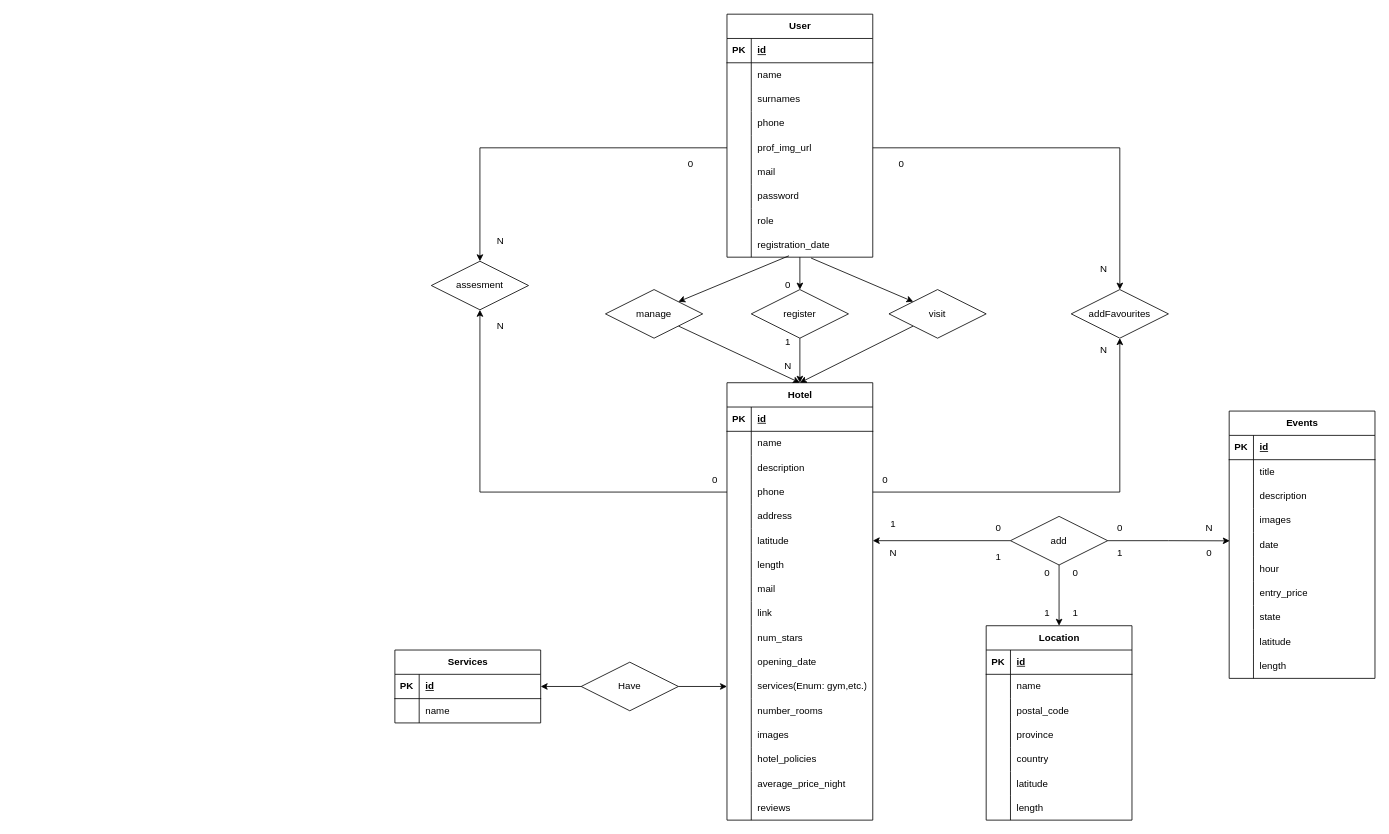
SerotDev/sru-abi-rlm-project-backend keeps this draw.io diagram as c6_hohoHotel.drawio. Above is the earlier version. Source tidied: cells renumbered, new cells numbered last; positions are measured from the earlier drawing's top-left corner, leaving out a move shared by most shapes. Both pictures are drawn from the tidied source at 81%, with x=0, y=0 at pixel (14, 14).
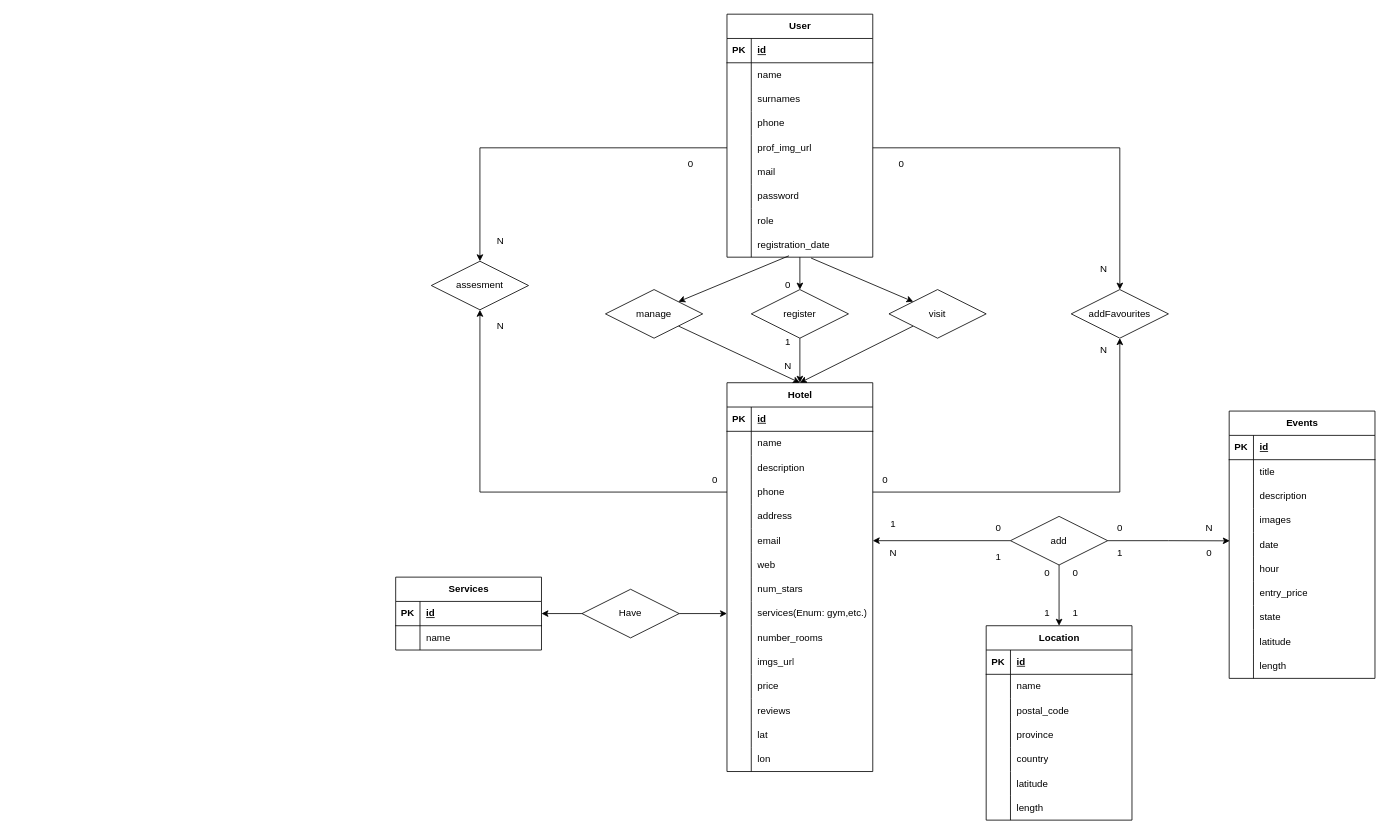
Above is the later version.

Unchanged cells that the change refers to:
```xml
<mxCell id="130" value="add" style="shape=rhombus;perimeter=rhombusPerimeter;whiteSpace=wrap;html=1;align=center;" parent="1" vertex="1">
  <mxGeometry x="1230" y="620" width="120" height="60" as="geometry" />
</mxCell>
```

What changed in the source:
```diff
@@
     <mxCell id="75" value="Hotel" style="shape=table;startSize=30;childLayout=tableLayout;rowLines=0;fontStyle=1;align=center;html=1;" parent="1" vertex="1">
-      <mxGeometry x="880" y="455" width="180" height="540" as="geometry" />
+      <mxGeometry x="880" y="455" width="180" height="480" as="geometry" />
     </mxCell>
@@
-    <mxCell id="91" style="shape=tableRow;horizontal=0;startSize=0;swimlaneHead=0;swimlaneBody=0;fillColor=none;points=[[0,0.5],[1,0.5]];portConstraint=eastwest;top=0;left=0;right=0;bottom=0;" parent="75" vertex="1">
-      <mxGeometry y="180" width="180" height="30" as="geometry" />
-    </mxCell>
-    <mxCell id="92" style="shape=partialRectangle;fillColor=none;top=0;left=0;bottom=0;right=0;overflow=hidden;whiteSpace=wrap;html=1;" parent="91" vertex="1">
-      <mxGeometry width="30" height="30" as="geometry" />
-    </mxCell>
-    <mxCell id="93" value="latitude" style="shape=partialRectangle;fillColor=none;top=0;left=0;bottom=0;right=0;align=left;spacingLeft=6;overflow=hidden;whiteSpace=wrap;html=1;" parent="91" vertex="1">
-      <mxGeometry x="30" width="150" height="30" as="geometry" />
-    </mxCell>
-    <mxCell id="94" style="shape=tableRow;horizontal=0;startSize=0;swimlaneHead=0;swimlaneBody=0;fillColor=none;top=0;left=0;right=0;bottom=0;" parent="75" vertex="1">
-      <mxGeometry y="210" width="180" height="30" as="geometry" />
-    </mxCell>
-    <mxCell id="95" style="shape=partialRectangle;fillColor=none;top=0;left=0;bottom=0;right=0;overflow=hidden;whiteSpace=wrap;html=1;" parent="94" vertex="1">
-      <mxGeometry width="30" height="30" as="geometry" />
-    </mxCell>
-    <mxCell id="96" value="length" style="shape=partialRectangle;fillColor=none;top=0;left=0;bottom=0;right=0;align=left;spacingLeft=6;overflow=hidden;whiteSpace=wrap;html=1;" parent="94" vertex="1">
-      <mxGeometry x="30" width="150" height="30" as="geometry" />
-    </mxCell>
     <mxCell id="97" style="shape=tableRow;horizontal=0;startSize=0;swimlaneHead=0;swimlaneBody=0;fillColor=none;points=[[0,0.5],[1,0.5]];portConstraint=eastwest;top=0;left=0;right=0;bottom=0;" parent="75" vertex="1">
-      <mxGeometry y="240" width="180" height="30" as="geometry" />
+      <mxGeometry y="180" width="180" height="30" as="geometry" />
     </mxCell>
@@
-    <mxCell id="99" value="&lt;div style=&quot;text-align: justify;&quot;&gt;mail&lt;/div&gt;" style="shape=partialRectangle;fillColor=none;top=0;left=0;bottom=0;right=0;align=left;spacingLeft=6;overflow=hidden;whiteSpace=wrap;html=1;" parent="97" vertex="1">
+    <mxCell id="99" value="&lt;div style=&quot;text-align: justify;&quot;&gt;email&lt;/div&gt;" style="shape=partialRectangle;fillColor=none;top=0;left=0;bottom=0;right=0;align=left;spacingLeft=6;overflow=hidden;whiteSpace=wrap;html=1;" parent="97" vertex="1">
       <mxGeometry x="30" width="150" height="30" as="geometry" />
     </mxCell>
     <mxCell id="100" style="shape=tableRow;horizontal=0;startSize=0;swimlaneHead=0;swimlaneBody=0;fillColor=none;top=0;left=0;right=0;bottom=0;" parent="75" vertex="1">
-      <mxGeometry y="270" width="180" height="30" as="geometry" />
+      <mxGeometry y="210" width="180" height="30" as="geometry" />
     </mxCell>
@@
-    <mxCell id="102" value="link" style="shape=partialRectangle;fillColor=none;top=0;left=0;bottom=0;right=0;align=left;spacingLeft=6;overflow=hidden;whiteSpace=wrap;html=1;" parent="100" vertex="1">
+    <mxCell id="102" value="web" style="shape=partialRectangle;fillColor=none;top=0;left=0;bottom=0;right=0;align=left;spacingLeft=6;overflow=hidden;whiteSpace=wrap;html=1;" parent="100" vertex="1">
       <mxGeometry x="30" width="150" height="30" as="geometry" />
     </mxCell>
     <mxCell id="103" style="shape=tableRow;horizontal=0;startSize=0;swimlaneHead=0;swimlaneBody=0;fillColor=none;top=0;left=0;right=0;bottom=0;" parent="75" vertex="1">
-      <mxGeometry y="300" width="180" height="30" as="geometry" />
+      <mxGeometry y="240" width="180" height="30" as="geometry" />
     </mxCell>
@@
-    <mxCell id="106" style="shape=tableRow;horizontal=0;startSize=0;swimlaneHead=0;swimlaneBody=0;fillColor=none;top=0;left=0;right=0;bottom=0;" parent="75" vertex="1">
-      <mxGeometry y="330" width="180" height="30" as="geometry" />
-    </mxCell>
-    <mxCell id="107" style="shape=partialRectangle;fillColor=none;top=0;left=0;bottom=0;right=0;overflow=hidden;whiteSpace=wrap;html=1;" parent="106" vertex="1">
-      <mxGeometry width="30" height="30" as="geometry" />
-    </mxCell>
-    <mxCell id="108" value="opening_date" style="shape=partialRectangle;fillColor=none;top=0;left=0;bottom=0;right=0;align=left;spacingLeft=6;overflow=hidden;whiteSpace=wrap;html=1;" parent="106" vertex="1">
-      <mxGeometry x="30" width="150" height="30" as="geometry" />
-    </mxCell>
     <mxCell id="109" style="shape=tableRow;horizontal=0;startSize=0;swimlaneHead=0;swimlaneBody=0;fillColor=none;points=[[0,0.5],[1,0.5]];portConstraint=eastwest;top=0;left=0;right=0;bottom=0;" parent="75" vertex="1">
-      <mxGeometry y="360" width="180" height="30" as="geometry" />
+      <mxGeometry y="270" width="180" height="30" as="geometry" />
     </mxCell>
@@
     <mxCell id="112" style="shape=tableRow;horizontal=0;startSize=0;swimlaneHead=0;swimlaneBody=0;fillColor=none;top=0;left=0;right=0;bottom=0;" parent="75" vertex="1">
-      <mxGeometry y="390" width="180" height="30" as="geometry" />
+      <mxGeometry y="300" width="180" height="30" as="geometry" />
     </mxCell>
@@
     <mxCell id="115" style="shape=tableRow;horizontal=0;startSize=0;swimlaneHead=0;swimlaneBody=0;fillColor=none;top=0;left=0;right=0;bottom=0;" parent="75" vertex="1">
-      <mxGeometry y="420" width="180" height="30" as="geometry" />
+      <mxGeometry y="330" width="180" height="30" as="geometry" />
     </mxCell>
@@
-    <mxCell id="117" value="images" style="shape=partialRectangle;fillColor=none;top=0;left=0;bottom=0;right=0;align=left;spacingLeft=6;overflow=hidden;whiteSpace=wrap;html=1;" parent="115" vertex="1">
+    <mxCell id="117" value="imgs_url" style="shape=partialRectangle;fillColor=none;top=0;left=0;bottom=0;right=0;align=left;spacingLeft=6;overflow=hidden;whiteSpace=wrap;html=1;" parent="115" vertex="1">
       <mxGeometry x="30" width="150" height="30" as="geometry" />
     </mxCell>
-    <mxCell id="118" style="shape=tableRow;horizontal=0;startSize=0;swimlaneHead=0;swimlaneBody=0;fillColor=none;top=0;left=0;right=0;bottom=0;" parent="75" vertex="1">
-      <mxGeometry y="450" width="180" height="30" as="geometry" />
-    </mxCell>
-    <mxCell id="119" style="shape=partialRectangle;fillColor=none;top=0;left=0;bottom=0;right=0;overflow=hidden;whiteSpace=wrap;html=1;" parent="118" vertex="1">
-      <mxGeometry width="30" height="30" as="geometry" />
-    </mxCell>
-    <mxCell id="120" value="hotel_policies" style="shape=partialRectangle;fillColor=none;top=0;left=0;bottom=0;right=0;align=left;spacingLeft=6;overflow=hidden;whiteSpace=wrap;html=1;" parent="118" vertex="1">
-      <mxGeometry x="30" width="150" height="30" as="geometry" />
-    </mxCell>
     <mxCell id="121" style="shape=tableRow;horizontal=0;startSize=0;swimlaneHead=0;swimlaneBody=0;fillColor=none;top=0;left=0;right=0;bottom=0;" parent="75" vertex="1">
-      <mxGeometry y="480" width="180" height="30" as="geometry" />
+      <mxGeometry y="360" width="180" height="30" as="geometry" />
     </mxCell>
@@
-    <mxCell id="123" value="average_price_night" style="shape=partialRectangle;fillColor=none;top=0;left=0;bottom=0;right=0;align=left;spacingLeft=6;overflow=hidden;whiteSpace=wrap;html=1;" parent="121" vertex="1">
+    <mxCell id="123" value="price" style="shape=partialRectangle;fillColor=none;top=0;left=0;bottom=0;right=0;align=left;spacingLeft=6;overflow=hidden;whiteSpace=wrap;html=1;" parent="121" vertex="1">
       <mxGeometry x="30" width="150" height="30" as="geometry" />
     </mxCell>
     <mxCell id="124" style="shape=tableRow;horizontal=0;startSize=0;swimlaneHead=0;swimlaneBody=0;fillColor=none;top=0;left=0;right=0;bottom=0;" parent="75" vertex="1">
-      <mxGeometry y="510" width="180" height="30" as="geometry" />
+      <mxGeometry y="390" width="180" height="30" as="geometry" />
     </mxCell>
@@
+    <mxCell id="200" style="shape=tableRow;horizontal=0;startSize=0;swimlaneHead=0;swimlaneBody=0;fillColor=none;top=0;left=0;right=0;bottom=0;" parent="75" vertex="1">
+      <mxGeometry y="420" width="180" height="30" as="geometry" />
+    </mxCell>
+    <mxCell id="201" style="shape=partialRectangle;fillColor=none;top=0;left=0;bottom=0;right=0;overflow=hidden;whiteSpace=wrap;html=1;" parent="200" vertex="1">
+      <mxGeometry width="30" height="30" as="geometry" />
+    </mxCell>
+    <mxCell id="202" value="lat" style="shape=partialRectangle;fillColor=none;top=0;left=0;bottom=0;right=0;align=left;spacingLeft=6;overflow=hidden;whiteSpace=wrap;html=1;" parent="200" vertex="1">
+      <mxGeometry x="30" width="150" height="30" as="geometry" />
+    </mxCell>
+    <mxCell id="118" style="shape=tableRow;horizontal=0;startSize=0;swimlaneHead=0;swimlaneBody=0;fillColor=none;top=0;left=0;right=0;bottom=0;" parent="75" vertex="1">
+      <mxGeometry y="450" width="180" height="30" as="geometry" />
+    </mxCell>
+    <mxCell id="203" style="shape=partialRectangle;fillColor=none;top=0;left=0;bottom=0;right=0;overflow=hidden;whiteSpace=wrap;html=1;" parent="118" vertex="1">
+      <mxGeometry width="30" height="30" as="geometry" />
+    </mxCell>
+    <mxCell id="204" value="lon" style="shape=partialRectangle;fillColor=none;top=0;left=0;bottom=0;right=0;align=left;spacingLeft=6;overflow=hidden;whiteSpace=wrap;html=1;" parent="118" vertex="1">
+      <mxGeometry x="30" width="150" height="30" as="geometry" />
+    </mxCell>
@@
-    <mxCell id="129" style="edgeStyle=orthogonalEdgeStyle;rounded=0;jettySize=auto;html=1;entryX=1;entryY=0.5;entryDx=0;entryDy=0;" parent="1" edge="1" source="130" target="91">
+    <mxCell id="129" style="edgeStyle=orthogonalEdgeStyle;rounded=0;jettySize=auto;html=1;entryX=1;entryY=0.5;entryDx=0;entryDy=0;" parent="1" edge="1" source="130">
       <mxGeometry relative="1" as="geometry" />
     </mxCell>
+    <mxCell id="205" style="edgeStyle=orthogonalEdgeStyle;rounded=0;jettySize=auto;html=1;exitX=0;exitY=0.5;exitDx=0;exitDy=0;entryX=1;entryY=0.5;entryDx=0;entryDy=0;" parent="1" edge="1" source="130" target="97">
+      <mxGeometry relative="1" as="geometry" />
+    </mxCell>
@@
     <mxCell id="187" value="Services" style="shape=table;startSize=30;childLayout=tableLayout;rowLines=0;fontStyle=1;align=center;html=1;" parent="1" vertex="1">
-      <mxGeometry x="470" y="785" width="180" height="90" as="geometry" />
+      <mxGeometry x="471" y="695" width="180" height="90" as="geometry" />
     </mxCell>
@@
     <mxCell id="194" value="Have" style="shape=rhombus;perimeter=rhombusPerimeter;whiteSpace=wrap;html=1;align=center;" parent="1" vertex="1">
-      <mxGeometry x="700" y="800" width="120" height="60" as="geometry" />
+      <mxGeometry x="701" y="710" width="120" height="60" as="geometry" />
     </mxCell>
```
